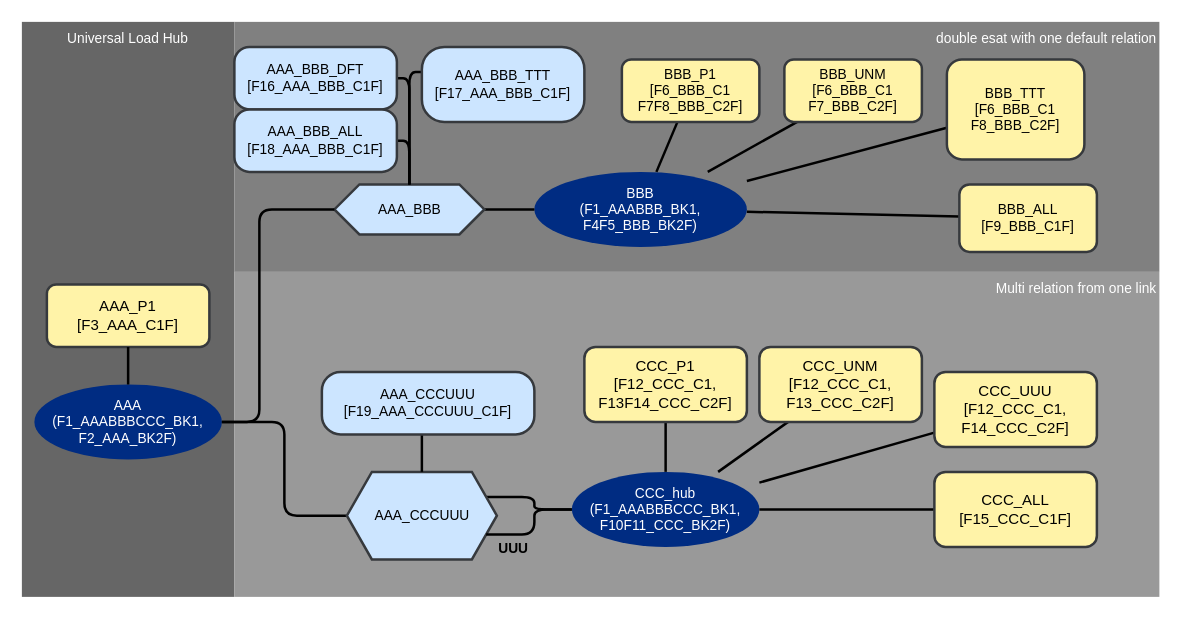
Earlier version of the draw.io diagram documentation/images/test56_model.drawio (cimt-ag/data_vault_pipelinedescription). Source tidied: cells renumbered, new cells numbered last; positions are measured from the earlier drawing's top-left corner, leaving out a move shared by most shapes. Both pictures are drawn from the tidied source at 125%, with x=0, y=0 at pixel (21, 21).
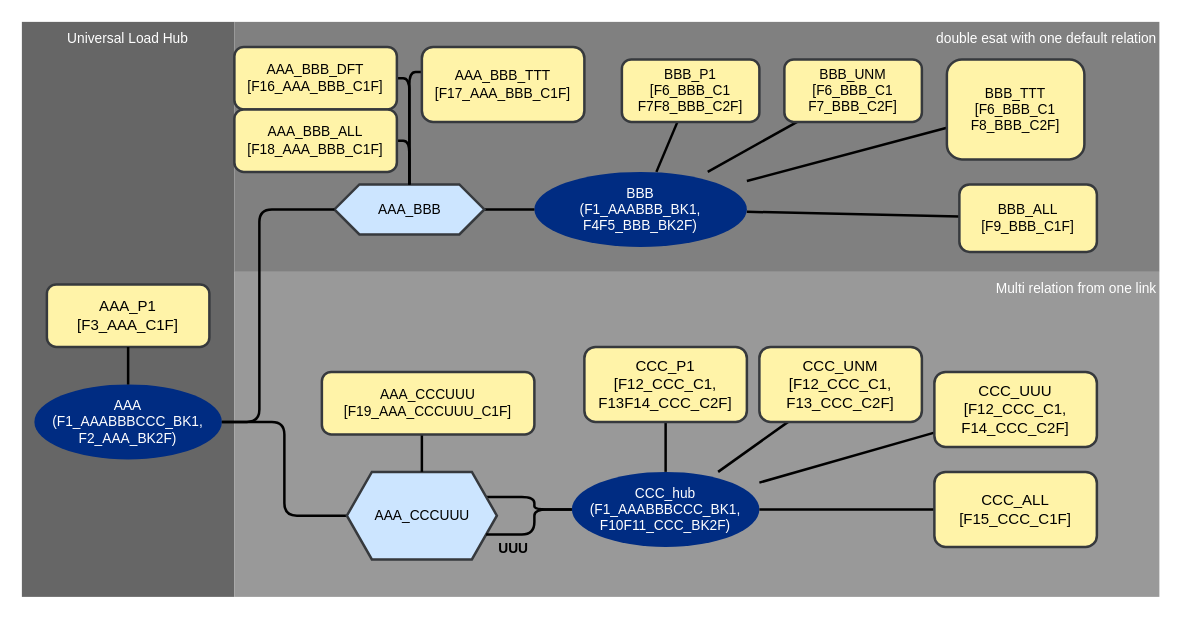
The same diagram, later.

Change to the diagram source:
```diff
@@
-    <mxCell id="14" value="AAA_BBB_DFT&lt;br&gt;[F16_AAA_BBB_C1F]" style="rounded=1;whiteSpace=wrap;html=1;strokeColor=#36393d;fillColor=#cce5ff;strokeWidth=2;fontSize=11;arcSize=24;" parent="5" vertex="1">
+    <mxCell id="14" value="AAA_BBB_DFT&lt;br&gt;[F16_AAA_BBB_C1F]" style="rounded=1;whiteSpace=wrap;html=1;strokeColor=#36393d;fillColor=#FFF3A8;strokeWidth=2;fontSize=11;arcSize=15;" parent="5" vertex="1">
       <mxGeometry x="170" y="20" width="130" height="50" as="geometry" />
     </mxCell>
@@
-    <mxCell id="16" value="AAA_BBB_TTT&lt;br&gt;[F17_AAA_BBB_C1F]" style="rounded=1;whiteSpace=wrap;html=1;strokeColor=#36393d;fillColor=#cce5ff;strokeWidth=2;fontSize=11;arcSize=30;" parent="5" vertex="1">
+    <mxCell id="16" value="AAA_BBB_TTT&lt;br&gt;[F17_AAA_BBB_C1F]" style="rounded=1;whiteSpace=wrap;html=1;strokeColor=#36393d;fillColor=#FFF3A8;strokeWidth=2;fontSize=11;arcSize=15;" parent="5" vertex="1">
       <mxGeometry x="320" y="20" width="130" height="60" as="geometry" />
     </mxCell>
@@
-    <mxCell id="28" value="AAA_CCCUUU&lt;br&gt;[F19_AAA_CCCUUU_C1F]" style="rounded=1;whiteSpace=wrap;html=1;strokeColor=#36393d;fillColor=#cce5ff;strokeWidth=2;fontSize=11;arcSize=30;" parent="5" vertex="1">
+    <mxCell id="28" value="AAA_CCCUUU&lt;br&gt;[F19_AAA_CCCUUU_C1F]" style="rounded=1;whiteSpace=wrap;html=1;strokeColor=#36393d;fillColor=#FFF3A8;strokeWidth=2;fontSize=11;arcSize=15;" parent="5" vertex="1">
       <mxGeometry x="240" y="280" width="170" height="50" as="geometry" />
     </mxCell>
@@
-    <mxCell id="42" value="AAA_BBB_ALL&lt;br&gt;[F18_AAA_BBB_C1F]" style="rounded=1;whiteSpace=wrap;html=1;strokeColor=#36393d;fillColor=#cce5ff;strokeWidth=2;fontSize=11;arcSize=24;" parent="5" vertex="1">
+    <mxCell id="42" value="AAA_BBB_ALL&lt;br&gt;[F18_AAA_BBB_C1F]" style="rounded=1;whiteSpace=wrap;html=1;strokeColor=#36393d;fillColor=#FFF3A8;strokeWidth=2;fontSize=11;arcSize=15;" parent="5" vertex="1">
       <mxGeometry x="170" y="70" width="130" height="50" as="geometry" />
     </mxCell>
```
